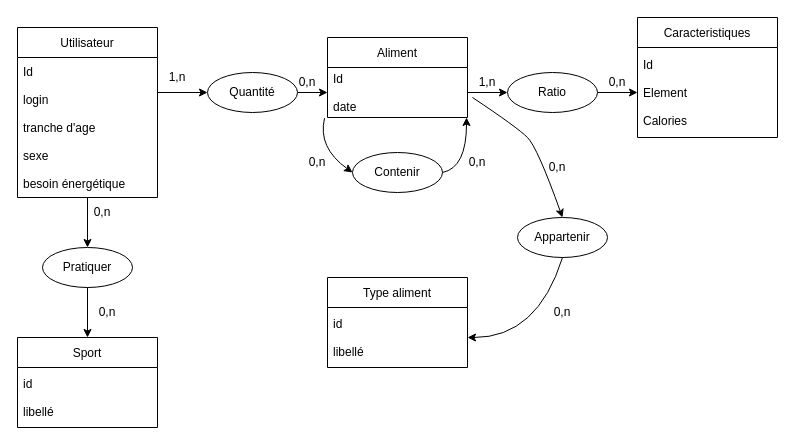
This is page "Page-1" (1 of 2) of Untitled Diagram.drawio from EzzatAlZahabi/IDAW, a draw.io file, before an edit. Source tidied: cells renumbered, new cells numbered last; positions are measured from the earlier drawing's top-left corner, leaving out a move shared by most shapes. Both pictures are drawn from the tidied source at 100%, with x=0, y=0 at pixel (17, 17).
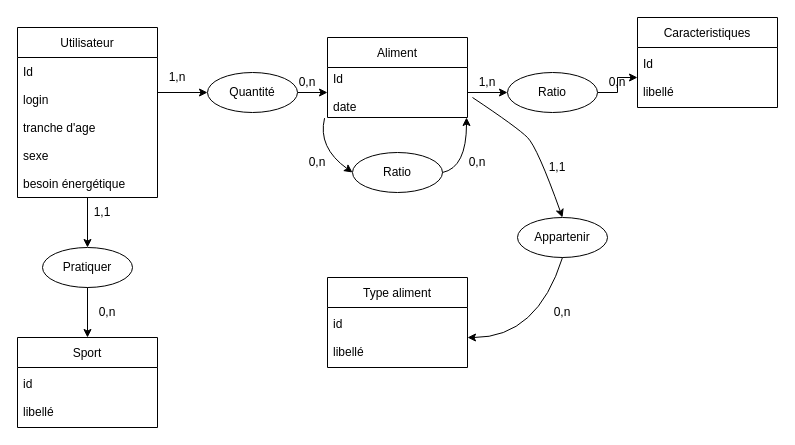
After the change.

Change to the diagram source:
```diff
@@
     <mxCell id="6" value="Caracteristiques" style="swimlane;fontStyle=0;horizontal=1;startSize=30;" parent="1" vertex="1">
-      <mxGeometry x="620" width="140" height="120" as="geometry" />
+      <mxGeometry x="620" width="140" height="90" as="geometry" />
     </mxCell>
-    <mxCell id="7" value="Id&#10;&#10;Element&#10;&#10;Calories" style="text;strokeColor=none;fillColor=none;align=left;verticalAlign=middle;spacingLeft=4;spacingRight=4;overflow=hidden;points=[[0,0.5],[1,0.5]];portConstraint=eastwest;" parent="6" vertex="1">
-      <mxGeometry y="30" width="140" height="90" as="geometry" />
+    <mxCell id="7" value="Id&#10;&#10;libellé" style="text;strokeColor=none;fillColor=none;align=left;verticalAlign=middle;spacingLeft=4;spacingRight=4;overflow=hidden;points=[[0,0.5],[1,0.5]];portConstraint=eastwest;" parent="6" vertex="1">
+      <mxGeometry y="30" width="140" height="60" as="geometry" />
     </mxCell>
@@
-    <mxCell id="18" value="Contenir" style="ellipse;whiteSpace=wrap;html=1;" parent="1" vertex="1">
+    <mxCell id="18" value="Ratio" style="ellipse;whiteSpace=wrap;html=1;" parent="1" vertex="1">
       <mxGeometry x="335" y="135" width="90" height="40" as="geometry" />
     </mxCell>
@@
-    <mxCell id="33" value="0,n" style="text;html=1;strokeColor=none;fillColor=none;align=center;verticalAlign=middle;whiteSpace=wrap;rounded=0;" parent="1" vertex="1">
+    <mxCell id="33" value="1,1" style="text;html=1;strokeColor=none;fillColor=none;align=center;verticalAlign=middle;whiteSpace=wrap;rounded=0;" parent="1" vertex="1">
       <mxGeometry x="55" y="180" width="60" height="30" as="geometry" />
     </mxCell>
@@
-    <mxCell id="35" value="0,n" style="text;html=1;strokeColor=none;fillColor=none;align=center;verticalAlign=middle;whiteSpace=wrap;rounded=0;" parent="1" vertex="1">
+    <mxCell id="35" value="1,1" style="text;html=1;strokeColor=none;fillColor=none;align=center;verticalAlign=middle;whiteSpace=wrap;rounded=0;" parent="1" vertex="1">
       <mxGeometry x="510" y="135" width="60" height="30" as="geometry" />
     </mxCell>
```
